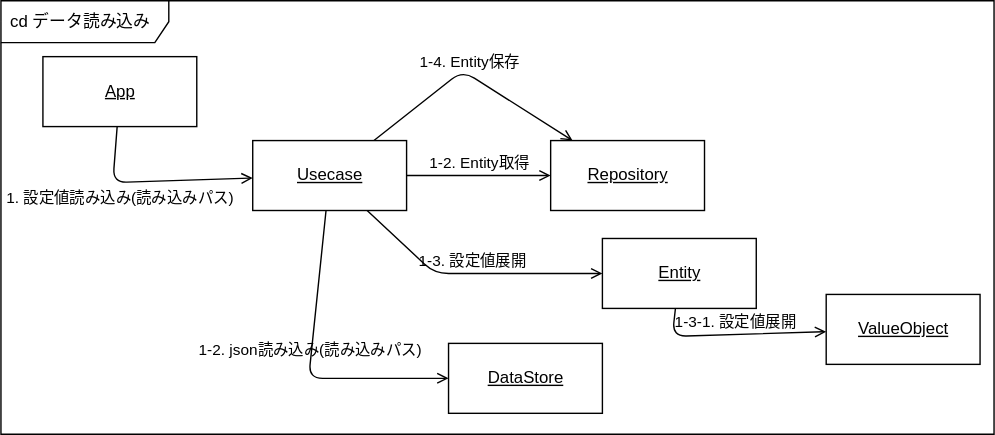
The draw.io diagram Designs/コミュニケーション/データ読み込み.svg in bosssanovar/LightMvvmSample, before a commit. Source tidied: cells renumbered, new cells last; positions are measured from the earlier drawing's top-left corner, leaving out a move shared by most shapes. The source it was exported from:
```xml
<mxGraphModel>
  <root>
    <mxCell id="0" />
    <mxCell id="1" parent="0" />
    <mxCell id="2" value="cd データ読み込み" style="shape=umlFrame;whiteSpace=wrap;html=1;width=120;height=30;boundedLbl=1;verticalAlign=middle;align=left;spacingLeft=5;swimlaneFillColor=default;" parent="1" vertex="1">
      <mxGeometry width="710" height="310" as="geometry" />
    </mxCell>
    <mxCell id="3" value="Usecase" style="html=1;fontStyle=4;" parent="1" vertex="1">
      <mxGeometry x="180" y="100" width="110" height="50" as="geometry" />
    </mxCell>
    <mxCell id="4" value="DataStore" style="html=1;fontStyle=4;" parent="1" vertex="1">
      <mxGeometry x="320" y="245" width="110" height="50" as="geometry" />
    </mxCell>
    <mxCell id="5" value="Repository" style="html=1;fontStyle=4;" parent="1" vertex="1">
      <mxGeometry x="393" y="100" width="110" height="50" as="geometry" />
    </mxCell>
    <mxCell id="6" value="Entity" style="html=1;fontStyle=4;" parent="1" vertex="1">
      <mxGeometry x="430" y="170" width="110" height="50" as="geometry" />
    </mxCell>
    <mxCell id="7" value="ValueObject" style="html=1;fontStyle=4;" parent="1" vertex="1">
      <mxGeometry x="590" y="210" width="110" height="50" as="geometry" />
    </mxCell>
    <mxCell id="8" value="App" style="html=1;fontStyle=4;" parent="1" vertex="1">
      <mxGeometry x="30" y="40" width="110" height="50" as="geometry" />
    </mxCell>
    <mxCell id="9" value="1. 設定値読み込み(読み込みパス)" style="html=1;verticalAlign=bottom;labelBackgroundColor=none;endArrow=open;endFill=0;" parent="1" edge="1" source="8" target="3">
      <mxGeometry x="-0.37" y="-20" relative="1" as="geometry">
        <Array as="points">
          <mxPoint x="80" y="130" />
        </Array>
      </mxGeometry>
    </mxCell>
    <mxCell id="10" value="1-2. Entity取得" style="html=1;verticalAlign=bottom;labelBackgroundColor=none;endArrow=open;endFill=0;" parent="1" edge="1" source="3" target="5">
      <mxGeometry relative="1" as="geometry" />
    </mxCell>
    <mxCell id="11" value="1-3. 設定値展開" style="html=1;verticalAlign=bottom;labelBackgroundColor=none;endArrow=open;endFill=0;" parent="1" edge="1" source="3" target="6">
      <mxGeometry relative="1" as="geometry">
        <Array as="points">
          <mxPoint x="310" y="195" />
        </Array>
      </mxGeometry>
    </mxCell>
    <mxCell id="12" value="1-3-1. 設定値展開" style="html=1;verticalAlign=bottom;labelBackgroundColor=none;endArrow=open;endFill=0;" parent="1" edge="1" source="6" target="7">
      <mxGeometry relative="1" as="geometry">
        <Array as="points">
          <mxPoint x="480" y="240" />
        </Array>
      </mxGeometry>
    </mxCell>
    <mxCell id="13" value="1-2. json読み込み(読み込みパス)" style="html=1;verticalAlign=bottom;labelBackgroundColor=none;endArrow=open;endFill=0;" parent="1" edge="1" source="3" target="4">
      <mxGeometry relative="1" as="geometry">
        <Array as="points">
          <mxPoint x="220" y="270" />
        </Array>
      </mxGeometry>
    </mxCell>
    <mxCell id="14" value="1-4. Entity保存" style="html=1;verticalAlign=bottom;labelBackgroundColor=none;endArrow=open;endFill=0;" parent="1" edge="1" source="3" target="5">
      <mxGeometry relative="1" as="geometry">
        <Array as="points">
          <mxPoint x="330" y="50" />
        </Array>
      </mxGeometry>
    </mxCell>
  </root>
</mxGraphModel>
```
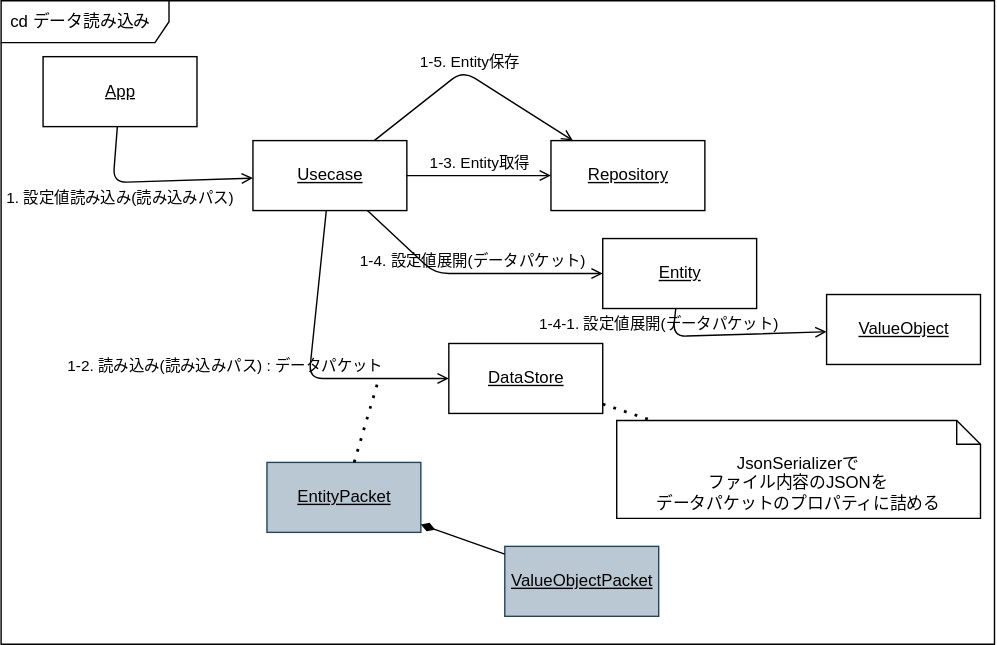
The same diagram one commit later.

What changed in the source:
```diff
@@ -3,7 +3,7 @@
     <mxCell id="0" />
     <mxCell id="1" parent="0" />
     <mxCell id="2" value="cd データ読み込み" style="shape=umlFrame;whiteSpace=wrap;html=1;width=120;height=30;boundedLbl=1;verticalAlign=middle;align=left;spacingLeft=5;swimlaneFillColor=default;" parent="1" vertex="1">
-      <mxGeometry width="710" height="310" as="geometry" />
+      <mxGeometry width="710" height="460" as="geometry" />
     </mxCell>
     <mxCell id="3" value="Usecase" style="html=1;fontStyle=4;" parent="1" vertex="1">
       <mxGeometry x="180" y="100" width="110" height="50" as="geometry" />
@@ -30,36 +30,58 @@
         </Array>
       </mxGeometry>
     </mxCell>
-    <mxCell id="10" value="1-2. Entity取得" style="html=1;verticalAlign=bottom;labelBackgroundColor=none;endArrow=open;endFill=0;" parent="1" edge="1" source="3" target="5">
+    <mxCell id="10" value="1-3. Entity取得" style="html=1;verticalAlign=bottom;labelBackgroundColor=none;endArrow=open;endFill=0;" parent="1" edge="1" source="3" target="5">
       <mxGeometry relative="1" as="geometry" />
     </mxCell>
-    <mxCell id="11" value="1-3. 設定値展開" style="html=1;verticalAlign=bottom;labelBackgroundColor=none;endArrow=open;endFill=0;" parent="1" edge="1" source="3" target="6">
+    <mxCell id="11" value="1-4. 設定値展開(データパケット)" style="html=1;verticalAlign=bottom;labelBackgroundColor=none;endArrow=open;endFill=0;" parent="1" edge="1" source="3" target="6">
       <mxGeometry relative="1" as="geometry">
         <Array as="points">
           <mxPoint x="310" y="195" />
         </Array>
       </mxGeometry>
     </mxCell>
-    <mxCell id="12" value="1-3-1. 設定値展開" style="html=1;verticalAlign=bottom;labelBackgroundColor=none;endArrow=open;endFill=0;" parent="1" edge="1" source="6" target="7">
-      <mxGeometry relative="1" as="geometry">
+    <mxCell id="12" value="1-4-1. 設定値展開(データパケット)" style="html=1;verticalAlign=bottom;labelBackgroundColor=none;endArrow=open;endFill=0;" parent="1" edge="1" source="6" target="7">
+      <mxGeometry x="-0.69" y="10" relative="1" as="geometry">
         <Array as="points">
           <mxPoint x="480" y="240" />
         </Array>
+        <mxPoint x="-10" y="10" as="offset" />
       </mxGeometry>
     </mxCell>
-    <mxCell id="13" value="1-2. json読み込み(読み込みパス)" style="html=1;verticalAlign=bottom;labelBackgroundColor=none;endArrow=open;endFill=0;" parent="1" edge="1" source="3" target="4">
-      <mxGeometry relative="1" as="geometry">
+    <mxCell id="13" value="1-2. 読み込み(読み込みパス) : データパケット" style="html=1;verticalAlign=bottom;labelBackgroundColor=none;endArrow=open;endFill=0;" parent="1" edge="1" source="3" target="4">
+      <mxGeometry x="0.09" y="-60" relative="1" as="geometry">
         <Array as="points">
           <mxPoint x="220" y="270" />
         </Array>
+        <mxPoint x="-60" y="-60" as="offset" />
       </mxGeometry>
     </mxCell>
-    <mxCell id="14" value="1-4. Entity保存" style="html=1;verticalAlign=bottom;labelBackgroundColor=none;endArrow=open;endFill=0;" parent="1" edge="1" source="3" target="5">
+    <mxCell id="14" value="1-5. Entity保存" style="html=1;verticalAlign=bottom;labelBackgroundColor=none;endArrow=open;endFill=0;" parent="1" edge="1" source="3" target="5">
       <mxGeometry relative="1" as="geometry">
         <Array as="points">
           <mxPoint x="330" y="50" />
         </Array>
       </mxGeometry>
     </mxCell>
+    <mxCell id="15" value="EntityPacket" style="html=1;fontStyle=4;fillColor=#bac8d3;strokeColor=#23445d;" parent="1" vertex="1">
+      <mxGeometry x="190" y="330" width="110" height="50" as="geometry" />
+    </mxCell>
+    <mxCell id="16" value="ValueObjectPacket" style="html=1;fontStyle=4;fillColor=#bac8d3;strokeColor=#23445d;" parent="1" vertex="1">
+      <mxGeometry x="360" y="390" width="110" height="50" as="geometry" />
+    </mxCell>
+    <mxCell id="17" style="endArrow=none;startArrow=diamondThin;endFill=0;startFill=1;html=1;verticalAlign=bottom;labelBackgroundColor=none;strokeWidth=1;startSize=8;endSize=8;" parent="1" edge="1" source="15" target="16">
+      <mxGeometry relative="1" as="geometry" />
+    </mxCell>
+    <mxCell id="18" style="endArrow=none;dashed=1;html=1;dashPattern=1 3;strokeWidth=2;" parent="1" edge="1" source="15">
+      <mxGeometry relative="1" as="geometry">
+        <mxPoint x="270" y="270" as="targetPoint" />
+      </mxGeometry>
+    </mxCell>
+    <mxCell id="19" value="JsonSerializerで&lt;br&gt;ファイル内容のJSONを&lt;br&gt;データパケットのプロパティに詰める" style="shape=note2;boundedLbl=1;whiteSpace=wrap;html=1;size=17;verticalAlign=top;align=center;" parent="1" vertex="1">
+      <mxGeometry x="440" y="300" width="260" height="70" as="geometry" />
+    </mxCell>
+    <mxCell id="20" style="endArrow=none;dashed=1;html=1;dashPattern=1 3;strokeWidth=2;" parent="1" edge="1" source="4" target="19">
+      <mxGeometry relative="1" as="geometry" />
+    </mxCell>
   </root>
 </mxGraphModel>
```
